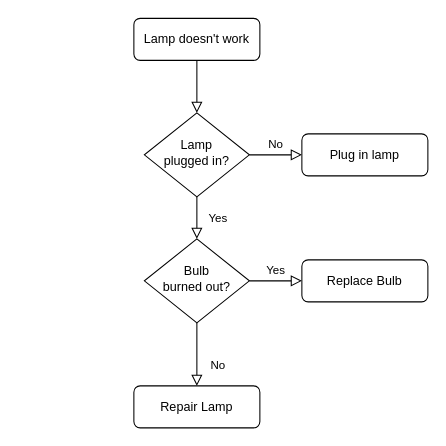
pyzun/test-rtd keeps this draw.io diagram as Untitled Diagram.drawio. Above is the earlier version. Source tidied: cells renumbered, new cells numbered last; positions are measured from the earlier drawing's top-left corner, leaving out a move shared by most shapes. Both pictures are drawn from the tidied source at 105%, with x=0, y=0 at pixel (133, 18).
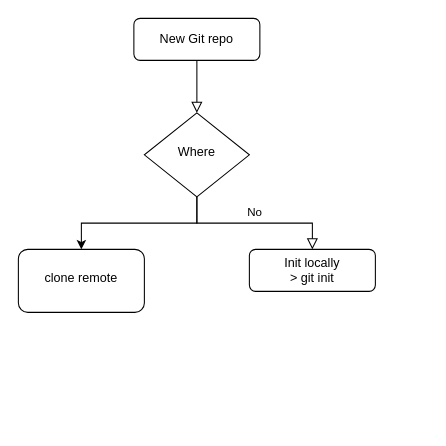
The same page after the edit.

Diff of the diagram source:
```diff
@@
 <mxGraphModel>
   <root>
     <mxCell id="0" />
     <mxCell id="1" parent="0" />
     <mxCell id="2" style="rounded=0;html=1;jettySize=auto;fontSize=11;endArrow=block;endFill=0;endSize=8;strokeWidth=1;shadow=0;labelBackgroundColor=none;edgeStyle=orthogonalEdgeStyle;" parent="1" edge="1" source="3" target="6">
       <mxGeometry relative="1" as="geometry" />
     </mxCell>
-    <mxCell id="3" value="Lamp doesn't work" style="rounded=1;whiteSpace=wrap;html=1;fontSize=12;glass=0;strokeWidth=1;shadow=0;" parent="1" vertex="1">
+    <mxCell id="3" value="New Git repo" style="rounded=1;whiteSpace=wrap;html=1;fontSize=12;glass=0;strokeWidth=1;shadow=0;" parent="1" vertex="1">
       <mxGeometry width="120" height="40" as="geometry" />
     </mxCell>
-    <mxCell id="4" value="Yes" style="rounded=0;html=1;jettySize=auto;fontSize=11;endArrow=block;endFill=0;endSize=8;strokeWidth=1;shadow=0;labelBackgroundColor=none;edgeStyle=orthogonalEdgeStyle;" parent="1" edge="1" source="6" target="10">
-      <mxGeometry y="20" relative="1" as="geometry" />
-    </mxCell>
     <mxCell id="5" value="No" style="edgeStyle=orthogonalEdgeStyle;rounded=0;html=1;jettySize=auto;fontSize=11;endArrow=block;endFill=0;endSize=8;strokeWidth=1;shadow=0;labelBackgroundColor=none;" parent="1" edge="1" source="6" target="7">
       <mxGeometry y="10" relative="1" as="geometry" />
     </mxCell>
+    <mxCell id="13" style="edgeStyle=orthogonalEdgeStyle;rounded=0;jettySize=auto;html=1;" parent="1" edge="1" source="6" target="14">
+      <mxGeometry relative="1" as="geometry" />
+    </mxCell>
-    <mxCell id="6" value="Lamp&lt;br&gt;plugged in?" style="rhombus;whiteSpace=wrap;html=1;shadow=0;fontFamily=Helvetica;fontSize=12;align=center;strokeWidth=1;spacing=6;spacingTop=-4;" parent="1" vertex="1">
+    <mxCell id="6" value="Where" style="rhombus;whiteSpace=wrap;html=1;shadow=0;fontFamily=Helvetica;fontSize=12;align=center;strokeWidth=1;spacing=6;spacingTop=-4;" parent="1" vertex="1">
       <mxGeometry x="10" y="90" width="100" height="80" as="geometry" />
     </mxCell>
-    <mxCell id="7" value="Plug in lamp" style="rounded=1;whiteSpace=wrap;html=1;fontSize=12;glass=0;strokeWidth=1;shadow=0;" parent="1" vertex="1">
-      <mxGeometry x="160" y="110" width="120" height="40" as="geometry" />
+    <mxCell id="7" value="Init locally&lt;br&gt;&amp;gt; git init" style="rounded=1;whiteSpace=wrap;html=1;fontSize=12;glass=0;strokeWidth=1;shadow=0;" parent="1" vertex="1">
+      <mxGeometry x="110" y="220" width="120" height="40" as="geometry" />
     </mxCell>
-    <mxCell id="8" value="No" style="rounded=0;html=1;jettySize=auto;fontSize=11;endArrow=block;endFill=0;endSize=8;strokeWidth=1;shadow=0;labelBackgroundColor=none;edgeStyle=orthogonalEdgeStyle;" parent="1" edge="1" source="10" target="11">
-      <mxGeometry x="0.33" y="20" relative="1" as="geometry" />
-    </mxCell>
-    <mxCell id="9" value="Yes" style="edgeStyle=orthogonalEdgeStyle;rounded=0;html=1;jettySize=auto;fontSize=11;endArrow=block;endFill=0;endSize=8;strokeWidth=1;shadow=0;labelBackgroundColor=none;" parent="1" edge="1" source="10" target="12">
-      <mxGeometry y="10" relative="1" as="geometry" />
-    </mxCell>
-    <mxCell id="10" value="Bulb&lt;br&gt;burned out?" style="rhombus;whiteSpace=wrap;html=1;shadow=0;fontFamily=Helvetica;fontSize=12;align=center;strokeWidth=1;spacing=6;spacingTop=-4;" parent="1" vertex="1">
-      <mxGeometry x="10" y="210" width="100" height="80" as="geometry" />
-    </mxCell>
-    <mxCell id="11" value="Repair Lamp" style="rounded=1;whiteSpace=wrap;html=1;fontSize=12;glass=0;strokeWidth=1;shadow=0;" parent="1" vertex="1">
-      <mxGeometry y="350" width="120" height="40" as="geometry" />
-    </mxCell>
-    <mxCell id="12" value="Replace Bulb" style="rounded=1;whiteSpace=wrap;html=1;fontSize=12;glass=0;strokeWidth=1;shadow=0;" parent="1" vertex="1">
-      <mxGeometry x="160" y="230" width="120" height="40" as="geometry" />
-    </mxCell>
+    <mxCell id="14" value="clone remote" style="rounded=1;whiteSpace=wrap;html=1;shadow=0;strokeWidth=1;spacing=6;spacingTop=-4;" parent="1" vertex="1">
+      <mxGeometry x="-110" y="220" width="120" height="60" as="geometry" />
+    </mxCell>
   </root>
 </mxGraphModel>
```
